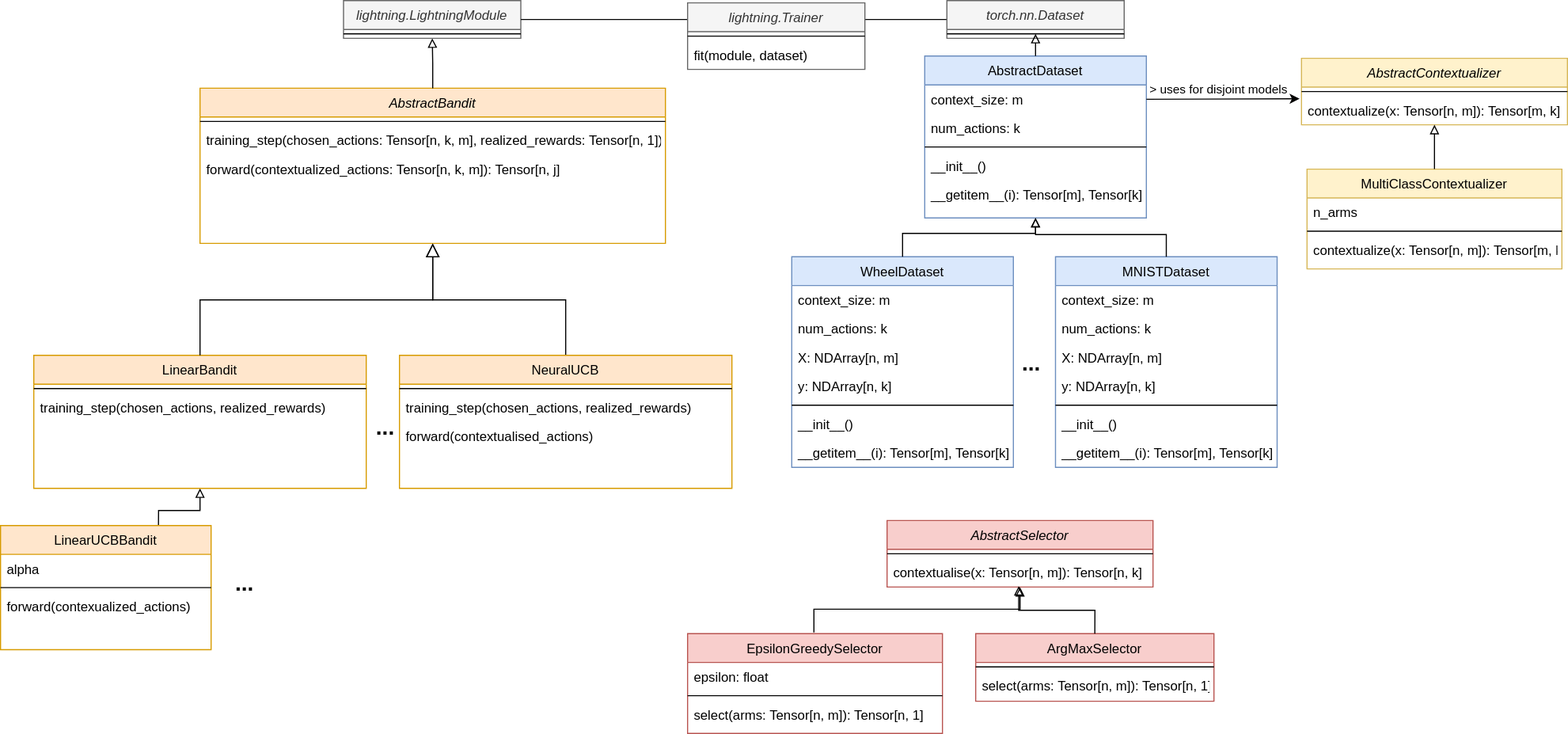
Earlier version of the draw.io export docs/architecture_29_01_2025.drawio.svg (neural-bandits/calvera). Source tidied: cells renumbered, new cells last; positions are measured from the earlier drawing's top-left corner, leaving out a move shared by most shapes.
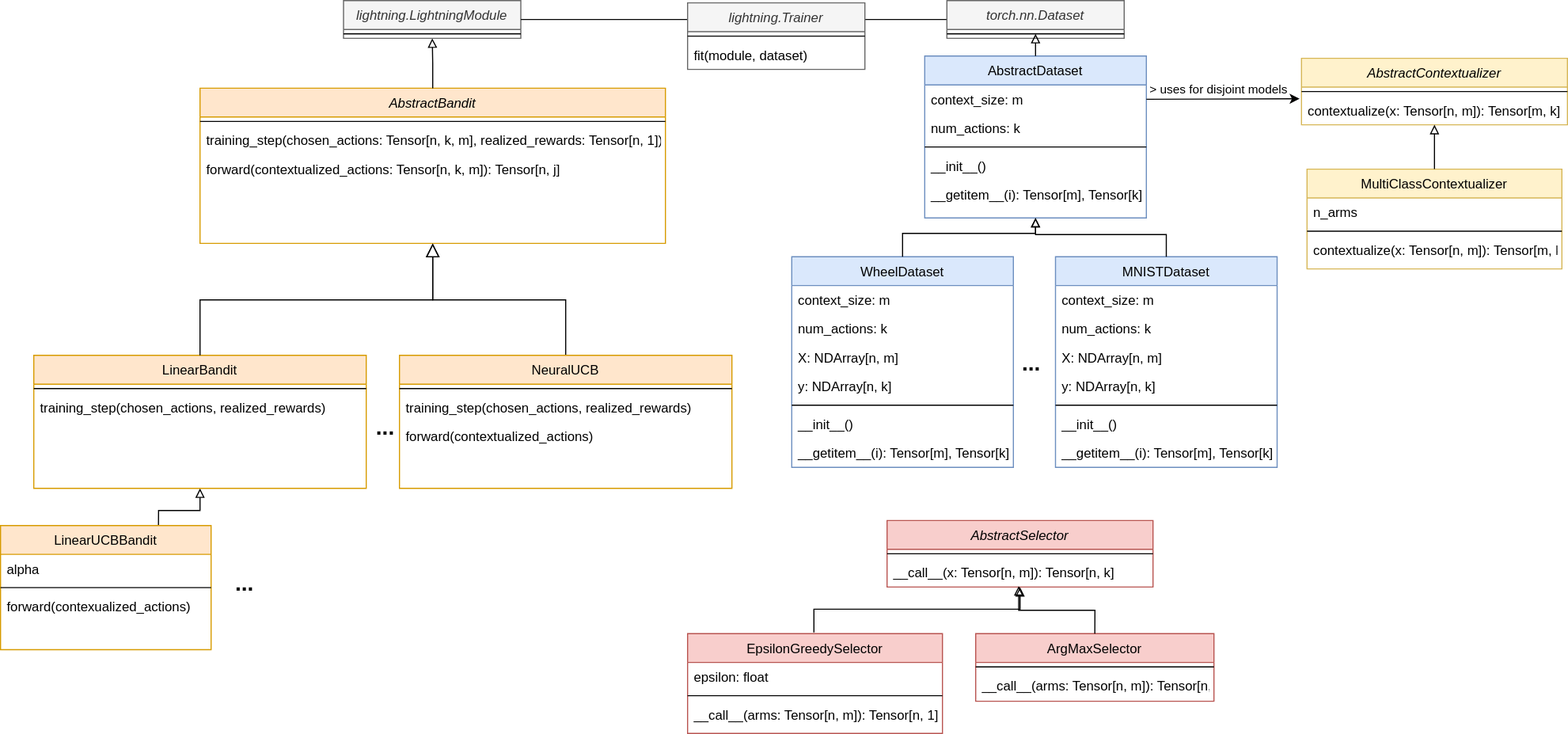
After the change.

The edit, as a diff of the source:
```diff
@@ -41,7 +41,7 @@
     <mxCell id="14" value="training_step(chosen_actions, realized_rewards)" style="text;align=left;verticalAlign=top;spacingLeft=4;spacingRight=4;overflow=hidden;" parent="12" vertex="1">
       <mxGeometry y="34" width="300" height="26" as="geometry" />
     </mxCell>
-    <mxCell id="15" value="forward(contextualised_actions)" style="text;align=left;verticalAlign=top;spacingLeft=4;spacingRight=4;overflow=hidden;" parent="12" vertex="1">
+    <mxCell id="15" value="forward(contextualized_actions)" style="text;align=left;verticalAlign=top;spacingLeft=4;spacingRight=4;overflow=hidden;" parent="12" vertex="1">
       <mxGeometry y="60" width="300" height="26" as="geometry" />
     </mxCell>
     <mxCell id="16" style="edgeStyle=orthogonalEdgeStyle;rounded=0;jettySize=auto;html=1;endArrow=block;endFill=0;exitX=0.5;exitY=0;exitDx=0;exitDy=0;" parent="1" edge="1" source="2" target="17">
@@ -152,7 +152,7 @@
     <mxCell id="51" style="line;html=1;strokeWidth=1;align=left;verticalAlign=middle;spacingTop=-1;spacingLeft=3;spacingRight=3;labelPosition=right;" parent="50" vertex="1">
       <mxGeometry y="26" width="240" height="8" as="geometry" />
     </mxCell>
-    <mxCell id="52" value="contextualise(x: Tensor[n, m]): Tensor[n, k]" style="text;align=left;verticalAlign=top;spacingLeft=4;spacingRight=4;overflow=hidden;points=[[0,0.5],[1,0.5]];portConstraint=eastwest;" parent="50" vertex="1">
+    <mxCell id="52" value="__call__(x: Tensor[n, m]): Tensor[n, k]" style="text;align=left;verticalAlign=top;spacingLeft=4;spacingRight=4;overflow=hidden;points=[[0,0.5],[1,0.5]];portConstraint=eastwest;" parent="50" vertex="1">
       <mxGeometry y="34" width="240" height="26" as="geometry" />
     </mxCell>
     <mxCell id="53" value="ArgMaxSelector" style="swimlane;fontStyle=0;align=center;verticalAlign=top;horizontal=1;startSize=26;rounded=0;shadow=0;strokeWidth=1;fillColor=#f8cecc;strokeColor=#b85450;" parent="1" vertex="1">
@@ -161,7 +161,7 @@
     <mxCell id="54" style="line;html=1;strokeWidth=1;align=left;verticalAlign=middle;spacingTop=-1;spacingLeft=3;spacingRight=3;labelPosition=right;" parent="53" vertex="1">
       <mxGeometry y="26" width="215" height="8" as="geometry" />
     </mxCell>
-    <mxCell id="55" value="select(arms: Tensor[n, m]): Tensor[n, 1]" style="text;align=left;verticalAlign=top;spacingLeft=4;spacingRight=4;overflow=hidden;" parent="53" vertex="1">
+    <mxCell id="55" value="__call__(arms: Tensor[n, m]): Tensor[n, 1]" style="text;align=left;verticalAlign=top;spacingLeft=4;spacingRight=4;overflow=hidden;" parent="53" vertex="1">
       <mxGeometry y="34" width="215" height="26" as="geometry" />
     </mxCell>
     <mxCell id="56" value="EpsilonGreedySelector" style="swimlane;fontStyle=0;align=center;verticalAlign=top;horizontal=1;startSize=26;rounded=0;shadow=0;strokeWidth=1;fillColor=#f8cecc;strokeColor=#b85450;" parent="1" vertex="1">
@@ -173,7 +173,7 @@
     <mxCell id="58" style="line;html=1;strokeWidth=1;align=left;verticalAlign=middle;spacingTop=-1;spacingLeft=3;spacingRight=3;labelPosition=right;" parent="56" vertex="1">
       <mxGeometry y="52" width="230" height="8" as="geometry" />
     </mxCell>
-    <mxCell id="59" value="select(arms: Tensor[n, m]): Tensor[n, 1]" style="text;align=left;verticalAlign=top;spacingLeft=4;spacingRight=4;overflow=hidden;" parent="56" vertex="1">
+    <mxCell id="59" value="__call__(arms: Tensor[n, m]): Tensor[n, 1]" style="text;align=left;verticalAlign=top;spacingLeft=4;spacingRight=4;overflow=hidden;" parent="56" vertex="1">
       <mxGeometry y="60" width="230" height="26" as="geometry" />
     </mxCell>
     <mxCell id="60" style="edgeStyle=orthogonalEdgeStyle;rounded=0;jettySize=auto;html=1;endArrow=block;endFill=0;exitX=0.5;exitY=0;exitDx=0;exitDy=0;" parent="1" edge="1" target="52">
```
